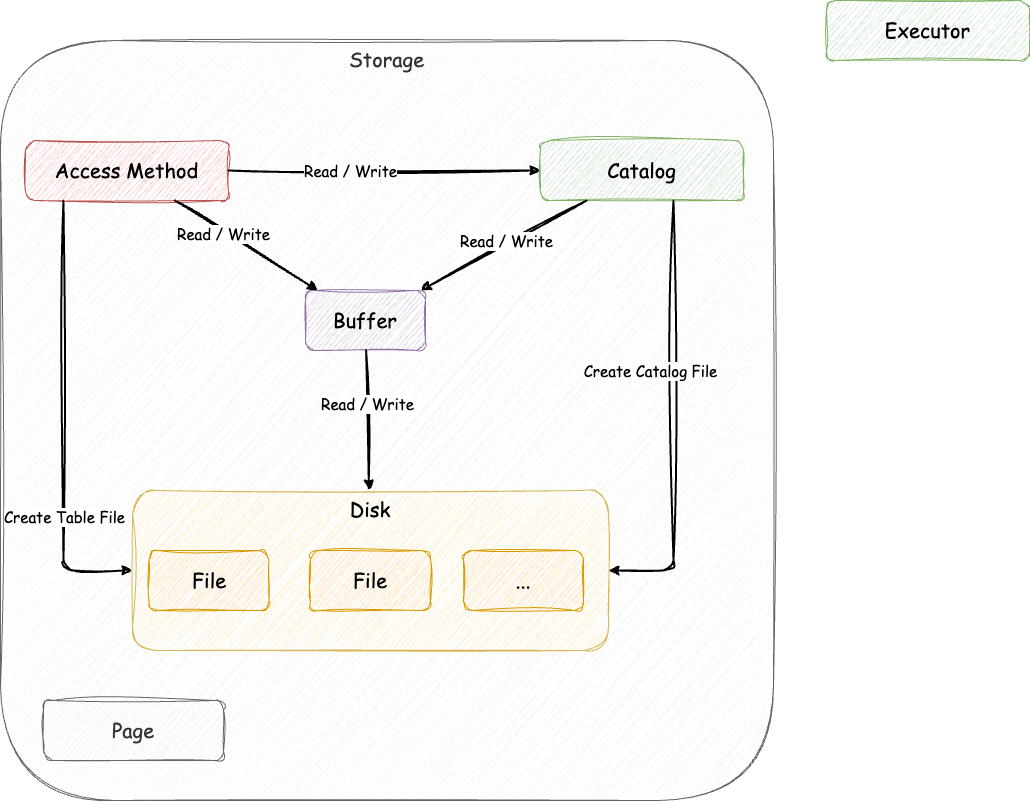
The draw.io diagram docs/architecture/architecture.drawio.png in ren-yamanashi/minesql, before a commit. Source tidied: cells renumbered, new cells last; positions are measured from the earlier drawing's top-left corner, leaving out a move shared by most shapes.
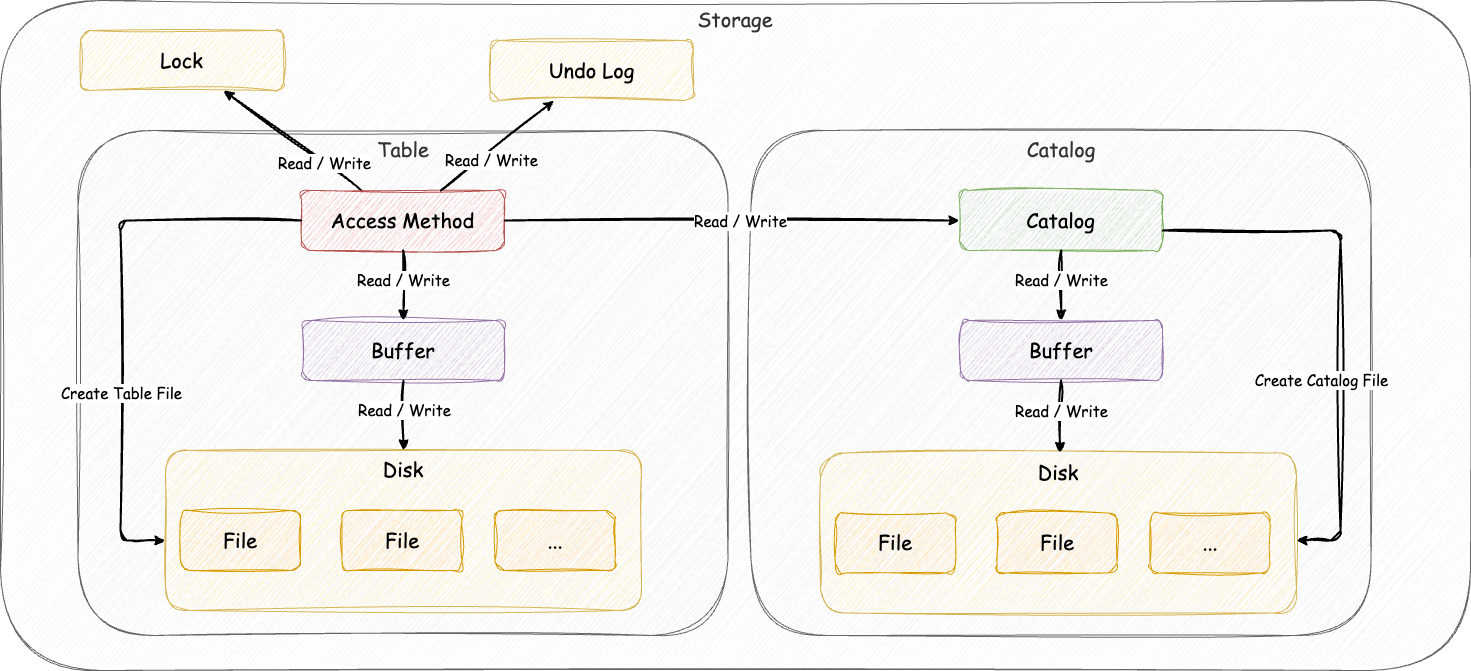
Above is the later version.

Change to the diagram source:
```diff
@@ -3,90 +3,173 @@
     <mxCell id="0" />
     <mxCell id="1" parent="0" />
     <mxCell id="2" value="&lt;font face=&quot;Comic Sans MS&quot;&gt;Storage&lt;/font&gt;" style="rounded=1;whiteSpace=wrap;html=1;sketch=1;curveFitting=1;jiggle=2;fontSize=20;fillColor=#f5f5f5;strokeColor=#666666;verticalAlign=top;fontColor=#333333;" parent="1" vertex="1">
-      <mxGeometry y="40" width="773" height="760" as="geometry" />
+      <mxGeometry x="-837" y="30" width="1470" height="670" as="geometry" />
     </mxCell>
-    <mxCell id="3" value="&lt;font face=&quot;Comic Sans MS&quot;&gt;Disk&lt;/font&gt;" style="rounded=1;whiteSpace=wrap;html=1;sketch=1;curveFitting=1;jiggle=2;fontSize=20;horizontal=1;verticalAlign=top;fillColor=#fff2cc;strokeColor=#d6b656;" parent="1" vertex="1">
-      <mxGeometry x="132" y="490" width="476" height="160" as="geometry" />
-    </mxCell>
-    <mxCell id="4" value="&lt;font face=&quot;Comic Sans MS&quot;&gt;Page&lt;/font&gt;" style="rounded=1;whiteSpace=wrap;html=1;sketch=1;curveFitting=1;jiggle=2;fontSize=20;fillColor=#f5f5f5;fontColor=#333333;strokeColor=#666666;" parent="1" vertex="1">
-      <mxGeometry x="43" y="700" width="180" height="60" as="geometry" />
-    </mxCell>
-    <mxCell id="5" value="&lt;font face=&quot;Comic Sans MS&quot;&gt;File&lt;/font&gt;" style="rounded=1;whiteSpace=wrap;html=1;sketch=1;curveFitting=1;jiggle=2;fontSize=20;fillColor=#ffe6cc;strokeColor=#d79b00;" parent="1" vertex="1">
-      <mxGeometry x="148.5" y="550" width="120" height="60" as="geometry" />
-    </mxCell>
-    <mxCell id="6" value="&lt;font face=&quot;Comic Sans MS&quot;&gt;Buffer&lt;/font&gt;" style="rounded=1;whiteSpace=wrap;html=1;sketch=1;curveFitting=1;jiggle=2;fontSize=20;fillColor=#e1d5e7;strokeColor=#9673a6;" parent="1" vertex="1">
-      <mxGeometry x="305" y="290" width="120" height="60" as="geometry" />
-    </mxCell>
-    <mxCell id="7" style="endArrow=classic;html=1;sketch=1;curveFitting=1;jiggle=2;strokeWidth=2;" parent="1" edge="1" source="6" target="3">
-      <mxGeometry relative="1" as="geometry" />
-    </mxCell>
-    <mxCell id="8" value="&lt;font face=&quot;Comic Sans MS&quot; style=&quot;font-size: 15px;&quot;&gt;Read / Write&lt;/font&gt;" style="edgeLabel;html=1;align=center;verticalAlign=middle;" parent="7" vertex="1">
-      <mxGeometry x="-0.3" y="4" relative="1" as="geometry">
-        <mxPoint x="-4" y="5" as="offset" />
-      </mxGeometry>
-    </mxCell>
-    <mxCell id="9" value="&lt;font face=&quot;Comic Sans MS&quot;&gt;File&lt;br&gt;&lt;/font&gt;" style="rounded=1;whiteSpace=wrap;html=1;sketch=1;curveFitting=1;jiggle=2;fontSize=20;fillColor=#ffe6cc;strokeColor=#d79b00;" parent="1" vertex="1">
-      <mxGeometry x="310" y="550" width="120" height="60" as="geometry" />
-    </mxCell>
-    <mxCell id="10" value="&lt;font face=&quot;Comic Sans MS&quot;&gt;...&lt;/font&gt;" style="rounded=1;whiteSpace=wrap;html=1;sketch=1;curveFitting=1;jiggle=2;fontSize=20;fillColor=#ffe6cc;strokeColor=#d79b00;" parent="1" vertex="1">
-      <mxGeometry x="463" y="550" width="120" height="60" as="geometry" />
-    </mxCell>
-    <mxCell id="11" value="&lt;font face=&quot;Comic Sans MS&quot;&gt;Access Method&lt;/font&gt;" style="rounded=1;whiteSpace=wrap;html=1;sketch=1;curveFitting=1;jiggle=2;fontSize=20;fillColor=#f8cecc;strokeColor=#b85450;" parent="1" vertex="1">
-      <mxGeometry x="25" y="140" width="203" height="60" as="geometry" />
-    </mxCell>
+    <mxCell id="24" value="&lt;font face=&quot;Comic Sans MS&quot;&gt;Table&lt;/font&gt;" style="rounded=1;whiteSpace=wrap;html=1;sketch=1;curveFitting=1;jiggle=2;fontSize=20;horizontal=1;verticalAlign=top;fillColor=#f5f5f5;fontColor=#333333;strokeColor=#666666;" parent="1" vertex="1">
+      <mxGeometry x="-759.5" y="160" width="650" height="505" as="geometry" />
+    </mxCell>
+    <mxCell id="25" value="&lt;font face=&quot;Comic Sans MS&quot;&gt;Catalog&lt;/font&gt;" style="rounded=1;whiteSpace=wrap;html=1;sketch=1;curveFitting=1;jiggle=2;fontSize=20;horizontal=1;verticalAlign=top;fillColor=#f5f5f5;fontColor=#333333;strokeColor=#666666;" parent="1" vertex="1">
+      <mxGeometry x="-86.5" y="160" width="620" height="505" as="geometry" />
+    </mxCell>
-    <mxCell id="12" style="endArrow=classic;html=1;sketch=1;curveFitting=1;jiggle=2;strokeWidth=2;" parent="1" edge="1" source="11" target="6">
-      <mxGeometry relative="1" as="geometry" />
+    <mxCell id="12" style="endArrow=classic;html=1;sketch=1;curveFitting=1;jiggle=2;strokeWidth=2;" parent="1" edge="1" source="x">
+      <mxGeometry relative="1" as="geometry">
+        <mxPoint x="933.9" y="280" as="targetPoint" />
+      </mxGeometry>
     </mxCell>
     <mxCell id="13" value="&lt;font face=&quot;Comic Sans MS&quot; style=&quot;font-size: 15px;&quot;&gt;Read / Write&lt;/font&gt;" style="edgeLabel;html=1;align=center;verticalAlign=middle;" parent="12" vertex="1">
       <mxGeometry x="-0.3" y="4" relative="1" as="geometry">
         <mxPoint x="-4" y="5" as="offset" />
       </mxGeometry>
     </mxCell>
-    <mxCell id="14" value="&lt;font face=&quot;Comic Sans MS&quot;&gt;Executor&lt;/font&gt;" style="rounded=1;whiteSpace=wrap;html=1;sketch=1;curveFitting=1;jiggle=2;fontSize=20;fillColor=#d5e8d4;strokeColor=#82b366;" parent="1" vertex="1">
-      <mxGeometry x="826" width="203" height="60" as="geometry" />
-    </mxCell>
-    <mxCell id="15" value="&lt;font face=&quot;Comic Sans MS&quot;&gt;Catalog&lt;/font&gt;" style="rounded=1;whiteSpace=wrap;html=1;sketch=1;curveFitting=1;jiggle=2;fontSize=20;fillColor=#d5e8d4;strokeColor=#82b366;" parent="1" vertex="1">
-      <mxGeometry x="540" y="140" width="203" height="60" as="geometry" />
-    </mxCell>
-    <mxCell id="16" style="endArrow=classic;html=1;sketch=1;curveFitting=1;jiggle=2;strokeWidth=2;edgeStyle=orthogonalEdgeStyle;" parent="1" edge="1" source="11" target="3">
-      <mxGeometry relative="1" as="geometry">
-        <Array as="points">
-          <mxPoint x="63" y="570" />
-        </Array>
-      </mxGeometry>
-    </mxCell>
-    <mxCell id="17" value="&lt;font face=&quot;Comic Sans MS&quot;&gt;&lt;span style=&quot;font-size: 15px;&quot;&gt;Create Table File&lt;/span&gt;&lt;/font&gt;" style="edgeLabel;html=1;align=center;verticalAlign=middle;" parent="16" vertex="1">
-      <mxGeometry x="-0.3" y="4" relative="1" as="geometry">
-        <mxPoint x="-4" y="162" as="offset" />
-      </mxGeometry>
-    </mxCell>
-    <mxCell id="18" style="endArrow=classic;html=1;sketch=1;curveFitting=1;jiggle=2;strokeWidth=2;" parent="1" edge="1" source="11" target="15">
-      <mxGeometry relative="1" as="geometry" />
+    <mxCell id="18" style="endArrow=classic;html=1;sketch=1;curveFitting=1;jiggle=2;strokeWidth=2;" parent="1" edge="1" source="x">
+      <mxGeometry relative="1" as="geometry">
+        <mxPoint x="1153" y="160" as="targetPoint" />
+      </mxGeometry>
     </mxCell>
     <mxCell id="19" value="&lt;font face=&quot;Comic Sans MS&quot; style=&quot;font-size: 15px;&quot;&gt;Read / Write&lt;/font&gt;" style="edgeLabel;html=1;align=center;verticalAlign=middle;" parent="18" vertex="1">
       <mxGeometry x="-0.3" y="4" relative="1" as="geometry">
         <mxPoint x="13" y="4" as="offset" />
       </mxGeometry>
     </mxCell>
-    <mxCell id="20" style="endArrow=classic;html=1;sketch=1;curveFitting=1;jiggle=2;strokeWidth=2;" parent="1" edge="1" source="15" target="6">
-      <mxGeometry relative="1" as="geometry" />
+    <mxCell id="20" style="endArrow=classic;html=1;sketch=1;curveFitting=1;jiggle=2;strokeWidth=2;" parent="1" edge="1" source="x">
+      <mxGeometry relative="1" as="geometry">
+        <mxPoint x="1036.9" y="280" as="targetPoint" />
+      </mxGeometry>
     </mxCell>
     <mxCell id="21" value="&lt;font face=&quot;Comic Sans MS&quot; style=&quot;font-size: 15px;&quot;&gt;Read / Write&lt;/font&gt;" style="edgeLabel;html=1;align=center;verticalAlign=middle;" parent="20" vertex="1">
       <mxGeometry x="-0.3" y="4" relative="1" as="geometry">
         <mxPoint x="-25" y="5" as="offset" />
       </mxGeometry>
     </mxCell>
-    <mxCell id="22" style="endArrow=classic;html=1;sketch=1;curveFitting=1;jiggle=2;strokeWidth=2;edgeStyle=orthogonalEdgeStyle;" parent="1" edge="1" source="15" target="3">
-      <mxGeometry relative="1" as="geometry">
-        <Array as="points">
-          <mxPoint x="673" y="570" />
-        </Array>
-      </mxGeometry>
-    </mxCell>
+    <mxCell id="26" value="&lt;font face=&quot;Comic Sans MS&quot;&gt;Lock&lt;/font&gt;" style="rounded=1;whiteSpace=wrap;html=1;sketch=1;curveFitting=1;jiggle=2;fontSize=20;fillColor=#fff2cc;strokeColor=#d6b656;" parent="1" vertex="1">
+      <mxGeometry x="-757" y="60" width="203" height="60" as="geometry" />
+    </mxCell>
+    <mxCell id="27" style="endArrow=classic;html=1;sketch=1;curveFitting=1;jiggle=2;strokeWidth=2;" parent="1" edge="1" source="11" target="26">
+      <mxGeometry relative="1" as="geometry" />
+    </mxCell>
+    <mxCell id="28" value="&lt;font face=&quot;Comic Sans MS&quot; style=&quot;font-size: 15px;&quot;&gt;Read / Write&lt;/font&gt;" style="edgeLabel;html=1;align=center;verticalAlign=middle;" parent="27" vertex="1">
+      <mxGeometry x="-0.3" y="4" relative="1" as="geometry">
+        <mxPoint x="13" y="4" as="offset" />
+      </mxGeometry>
+    </mxCell>
+    <mxCell id="29" value="&lt;font face=&quot;Comic Sans MS&quot;&gt;Undo Log&lt;/font&gt;" style="rounded=1;whiteSpace=wrap;html=1;sketch=1;curveFitting=1;jiggle=2;fontSize=20;fillColor=#fff2cc;strokeColor=#d6b656;" parent="1" vertex="1">
+      <mxGeometry x="-347" y="70" width="203" height="60" as="geometry" />
+    </mxCell>
+    <mxCell id="30" value="&lt;font face=&quot;Comic Sans MS&quot;&gt;Buffer&lt;/font&gt;" style="rounded=1;whiteSpace=wrap;html=1;sketch=1;curveFitting=1;jiggle=2;fontSize=20;fillColor=#e1d5e7;strokeColor=#9673a6;" parent="1" vertex="1">
+      <mxGeometry x="-535" y="350" width="202" height="60" as="geometry" />
+    </mxCell>
+    <mxCell id="31" style="group;" parent="1" vertex="1">
+      <mxGeometry x="-672" y="480" width="476" height="160" as="geometry" />
+    </mxCell>
+    <mxCell id="32" value="&lt;font face=&quot;Comic Sans MS&quot;&gt;Disk&lt;/font&gt;" style="rounded=1;whiteSpace=wrap;html=1;sketch=1;curveFitting=1;jiggle=2;fontSize=20;horizontal=1;verticalAlign=top;fillColor=#fff2cc;strokeColor=#d6b656;" parent="31" vertex="1">
+      <mxGeometry width="476" height="160" as="geometry" />
+    </mxCell>
+    <mxCell id="33" value="&lt;font face=&quot;Comic Sans MS&quot;&gt;File&lt;/font&gt;" style="rounded=1;whiteSpace=wrap;html=1;sketch=1;curveFitting=1;jiggle=2;fontSize=20;fillColor=#ffe6cc;strokeColor=#d79b00;" parent="31" vertex="1">
+      <mxGeometry x="15" y="60" width="120" height="60" as="geometry" />
+    </mxCell>
+    <mxCell id="34" value="&lt;font face=&quot;Comic Sans MS&quot;&gt;File&lt;br&gt;&lt;/font&gt;" style="rounded=1;whiteSpace=wrap;html=1;sketch=1;curveFitting=1;jiggle=2;fontSize=20;fillColor=#ffe6cc;strokeColor=#d79b00;" parent="31" vertex="1">
+      <mxGeometry x="176.5" y="60" width="120" height="60" as="geometry" />
+    </mxCell>
+    <mxCell id="35" value="&lt;font face=&quot;Comic Sans MS&quot;&gt;...&lt;/font&gt;" style="rounded=1;whiteSpace=wrap;html=1;sketch=1;curveFitting=1;jiggle=2;fontSize=20;fillColor=#ffe6cc;strokeColor=#d79b00;" parent="31" vertex="1">
+      <mxGeometry x="329.5" y="60" width="120" height="60" as="geometry" />
+    </mxCell>
+    <mxCell id="11" value="&lt;font face=&quot;Comic Sans MS&quot;&gt;Access Method&lt;/font&gt;" style="rounded=1;whiteSpace=wrap;html=1;sketch=1;curveFitting=1;jiggle=2;fontSize=20;fillColor=#f8cecc;strokeColor=#b85450;" parent="1" vertex="1">
+      <mxGeometry x="-536" y="220" width="203" height="60" as="geometry" />
+    </mxCell>
+    <mxCell id="36" style="endArrow=classic;html=1;sketch=1;curveFitting=1;jiggle=2;strokeWidth=2;" parent="1" edge="1" source="11" target="30">
+      <mxGeometry relative="1" as="geometry" />
+    </mxCell>
+    <mxCell id="37" value="&lt;font face=&quot;Comic Sans MS&quot; style=&quot;font-size: 15px;&quot;&gt;Read / Write&lt;/font&gt;" style="edgeLabel;html=1;align=center;verticalAlign=middle;" parent="36" vertex="1">
+      <mxGeometry x="-0.3" y="4" relative="1" as="geometry">
+        <mxPoint x="-4" y="5" as="offset" />
+      </mxGeometry>
+    </mxCell>
+    <mxCell id="38" style="endArrow=classic;html=1;sketch=1;curveFitting=1;jiggle=2;strokeWidth=2;" parent="1" edge="1" source="30" target="32">
+      <mxGeometry relative="1" as="geometry" />
+    </mxCell>
+    <mxCell id="39" value="&lt;font face=&quot;Comic Sans MS&quot; style=&quot;font-size: 15px;&quot;&gt;Read / Write&lt;/font&gt;" style="edgeLabel;html=1;align=center;verticalAlign=middle;" parent="38" vertex="1">
+      <mxGeometry x="-0.3" y="4" relative="1" as="geometry">
+        <mxPoint x="-4" y="5" as="offset" />
+      </mxGeometry>
+    </mxCell>
+    <mxCell id="40" style="endArrow=classic;html=1;sketch=1;curveFitting=1;jiggle=2;strokeWidth=2;edgeStyle=orthogonalEdgeStyle;" parent="1" edge="1" source="11" target="32">
+      <mxGeometry relative="1" as="geometry">
+        <Array as="points">
+          <mxPoint x="-717" y="250" />
+          <mxPoint x="-717" y="570" />
+        </Array>
+      </mxGeometry>
+    </mxCell>
+    <mxCell id="17" value="&lt;font face=&quot;Comic Sans MS&quot;&gt;&lt;span style=&quot;font-size: 15px;&quot;&gt;Create Table File&lt;/span&gt;&lt;/font&gt;" style="edgeLabel;html=1;align=center;verticalAlign=middle;" parent="40" vertex="1">
+      <mxGeometry x="-0.3" y="4" relative="1" as="geometry">
+        <mxPoint x="-4" y="162" as="offset" />
+      </mxGeometry>
+    </mxCell>
+    <mxCell id="41" style="group;" parent="1" vertex="1">
+      <mxGeometry x="-17" y="482.5" width="576" height="192.5" as="geometry" />
+    </mxCell>
+    <mxCell id="42" value="&lt;font face=&quot;Comic Sans MS&quot;&gt;Disk&lt;/font&gt;" style="rounded=1;whiteSpace=wrap;html=1;sketch=1;curveFitting=1;jiggle=2;fontSize=20;horizontal=1;verticalAlign=top;fillColor=#fff2cc;strokeColor=#d6b656;" parent="41" vertex="1">
+      <mxGeometry width="476" height="160" as="geometry" />
+    </mxCell>
+    <mxCell id="43" value="&lt;font face=&quot;Comic Sans MS&quot;&gt;File&lt;/font&gt;" style="rounded=1;whiteSpace=wrap;html=1;sketch=1;curveFitting=1;jiggle=2;fontSize=20;fillColor=#ffe6cc;strokeColor=#d79b00;" parent="41" vertex="1">
+      <mxGeometry x="15" y="60" width="120" height="60" as="geometry" />
+    </mxCell>
+    <mxCell id="44" value="&lt;font face=&quot;Comic Sans MS&quot;&gt;File&lt;br&gt;&lt;/font&gt;" style="rounded=1;whiteSpace=wrap;html=1;sketch=1;curveFitting=1;jiggle=2;fontSize=20;fillColor=#ffe6cc;strokeColor=#d79b00;" parent="41" vertex="1">
+      <mxGeometry x="176.5" y="60" width="120" height="60" as="geometry" />
+    </mxCell>
+    <mxCell id="45" value="&lt;font face=&quot;Comic Sans MS&quot;&gt;...&lt;/font&gt;" style="rounded=1;whiteSpace=wrap;html=1;sketch=1;curveFitting=1;jiggle=2;fontSize=20;fillColor=#ffe6cc;strokeColor=#d79b00;" parent="41" vertex="1">
+      <mxGeometry x="329.5" y="60" width="120" height="60" as="geometry" />
+    </mxCell>
+    <mxCell id="46" value="&lt;font face=&quot;Comic Sans MS&quot;&gt;Buffer&lt;/font&gt;" style="rounded=1;whiteSpace=wrap;html=1;sketch=1;curveFitting=1;jiggle=2;fontSize=20;fillColor=#e1d5e7;strokeColor=#9673a6;" parent="1" vertex="1">
+      <mxGeometry x="123" y="350" width="202" height="60" as="geometry" />
+    </mxCell>
+    <mxCell id="47" style="endArrow=classic;html=1;sketch=1;curveFitting=1;jiggle=2;strokeWidth=2;" parent="1" edge="1" source="46" target="42">
+      <mxGeometry relative="1" as="geometry" />
+    </mxCell>
+    <mxCell id="48" value="&lt;font face=&quot;Comic Sans MS&quot; style=&quot;font-size: 15px;&quot;&gt;Read / Write&lt;/font&gt;" style="edgeLabel;html=1;align=center;verticalAlign=middle;" parent="47" vertex="1">
+      <mxGeometry x="-0.3" y="4" relative="1" as="geometry">
+        <mxPoint x="-4" y="5" as="offset" />
+      </mxGeometry>
+    </mxCell>
+    <mxCell id="15" value="&lt;font face=&quot;Comic Sans MS&quot;&gt;Catalog&lt;/font&gt;" style="rounded=1;whiteSpace=wrap;html=1;sketch=1;curveFitting=1;jiggle=2;fontSize=20;fillColor=#d5e8d4;strokeColor=#82b366;" parent="1" vertex="1">
+      <mxGeometry x="122" y="220" width="203" height="60" as="geometry" />
+    </mxCell>
+    <mxCell id="49" style="endArrow=classic;html=1;sketch=1;curveFitting=1;jiggle=2;strokeWidth=2;" parent="1" edge="1" source="15" target="46">
+      <mxGeometry relative="1" as="geometry" />
+    </mxCell>
+    <mxCell id="50" value="&lt;font face=&quot;Comic Sans MS&quot; style=&quot;font-size: 15px;&quot;&gt;Read / Write&lt;/font&gt;" style="edgeLabel;html=1;align=center;verticalAlign=middle;" parent="49" vertex="1">
+      <mxGeometry x="-0.3" y="4" relative="1" as="geometry">
+        <mxPoint x="-4" y="5" as="offset" />
+      </mxGeometry>
+    </mxCell>
+    <mxCell id="51" style="endArrow=classic;html=1;sketch=1;curveFitting=1;jiggle=2;strokeWidth=2;edgeStyle=orthogonalEdgeStyle;" parent="1" edge="1" source="15" target="42">
+      <mxGeometry relative="1" as="geometry">
+        <Array as="points">
+          <mxPoint x="503" y="260" />
+          <mxPoint x="503" y="570" />
+        </Array>
+      </mxGeometry>
+    </mxCell>
-    <mxCell id="23" value="&lt;font face=&quot;Comic Sans MS&quot;&gt;&lt;span style=&quot;font-size: 15px;&quot;&gt;Create Catalog File&lt;/span&gt;&lt;/font&gt;" style="edgeLabel;html=1;align=center;verticalAlign=middle;" parent="22" vertex="1">
+    <mxCell id="23" value="&lt;font face=&quot;Comic Sans MS&quot;&gt;&lt;span style=&quot;font-size: 15px;&quot;&gt;Create Catalog File&lt;/span&gt;&lt;/font&gt;" style="edgeLabel;html=1;align=center;verticalAlign=middle;" parent="51" vertex="1">
       <mxGeometry x="-0.3" y="4" relative="1" as="geometry">
-        <mxPoint x="-28" y="17" as="offset" />
+        <mxPoint x="-24" y="142" as="offset" />
       </mxGeometry>
     </mxCell>
+    <mxCell id="52" style="endArrow=classic;html=1;sketch=1;curveFitting=1;jiggle=2;strokeWidth=2;" parent="1" edge="1" source="11" target="15">
+      <mxGeometry relative="1" as="geometry" />
+    </mxCell>
+    <mxCell id="53" value="&lt;font face=&quot;Comic Sans MS&quot; style=&quot;font-size: 15px;&quot;&gt;Read / Write&lt;/font&gt;" style="edgeLabel;html=1;align=center;verticalAlign=middle;" parent="52" vertex="1">
+      <mxGeometry x="-0.3" y="4" relative="1" as="geometry">
+        <mxPoint x="77" y="4" as="offset" />
+      </mxGeometry>
+    </mxCell>
+    <mxCell id="54" style="endArrow=classic;html=1;sketch=1;curveFitting=1;jiggle=2;strokeWidth=2;" parent="1" edge="1" source="11" target="29">
+      <mxGeometry relative="1" as="geometry" />
+    </mxCell>
+    <mxCell id="55" value="&lt;font face=&quot;Comic Sans MS&quot; style=&quot;font-size: 15px;&quot;&gt;Read / Write&lt;/font&gt;" style="edgeLabel;html=1;align=center;verticalAlign=middle;" parent="54" vertex="1">
+      <mxGeometry x="-0.3" y="4" relative="1" as="geometry">
+        <mxPoint x="13" y="4" as="offset" />
+      </mxGeometry>
+    </mxCell>
   </root>
 </mxGraphModel>
```
